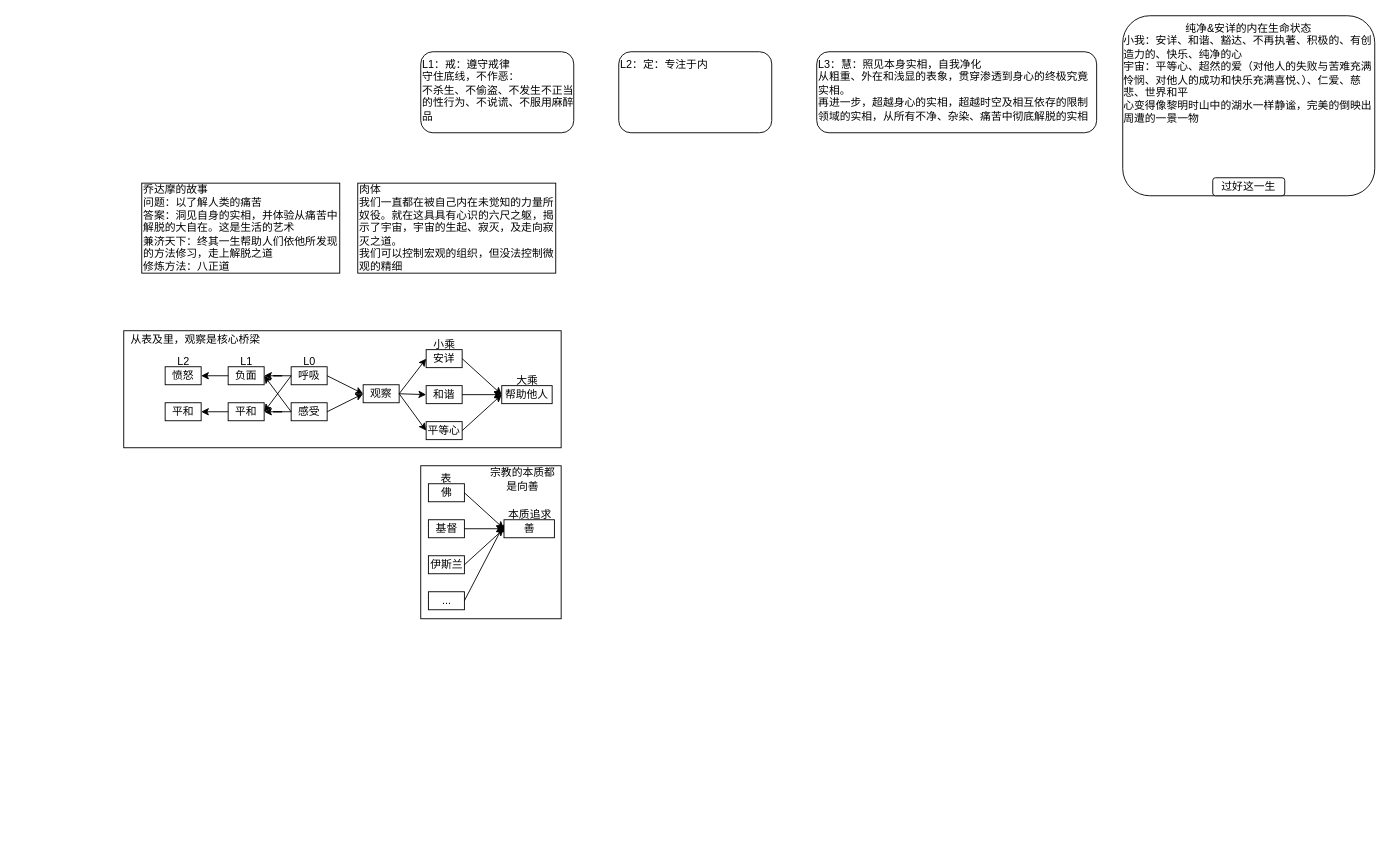
The draw.io diagram 未命名绘图.drawio in 2sky-git/drawio, before the edit. Source tidied: cells renumbered, new cells numbered last; positions are measured from the earlier drawing's top-left corner, leaving out a move shared by most shapes. Both pictures are drawn from the tidied source at 90%, with x=0, y=0 at pixel (123, 15).
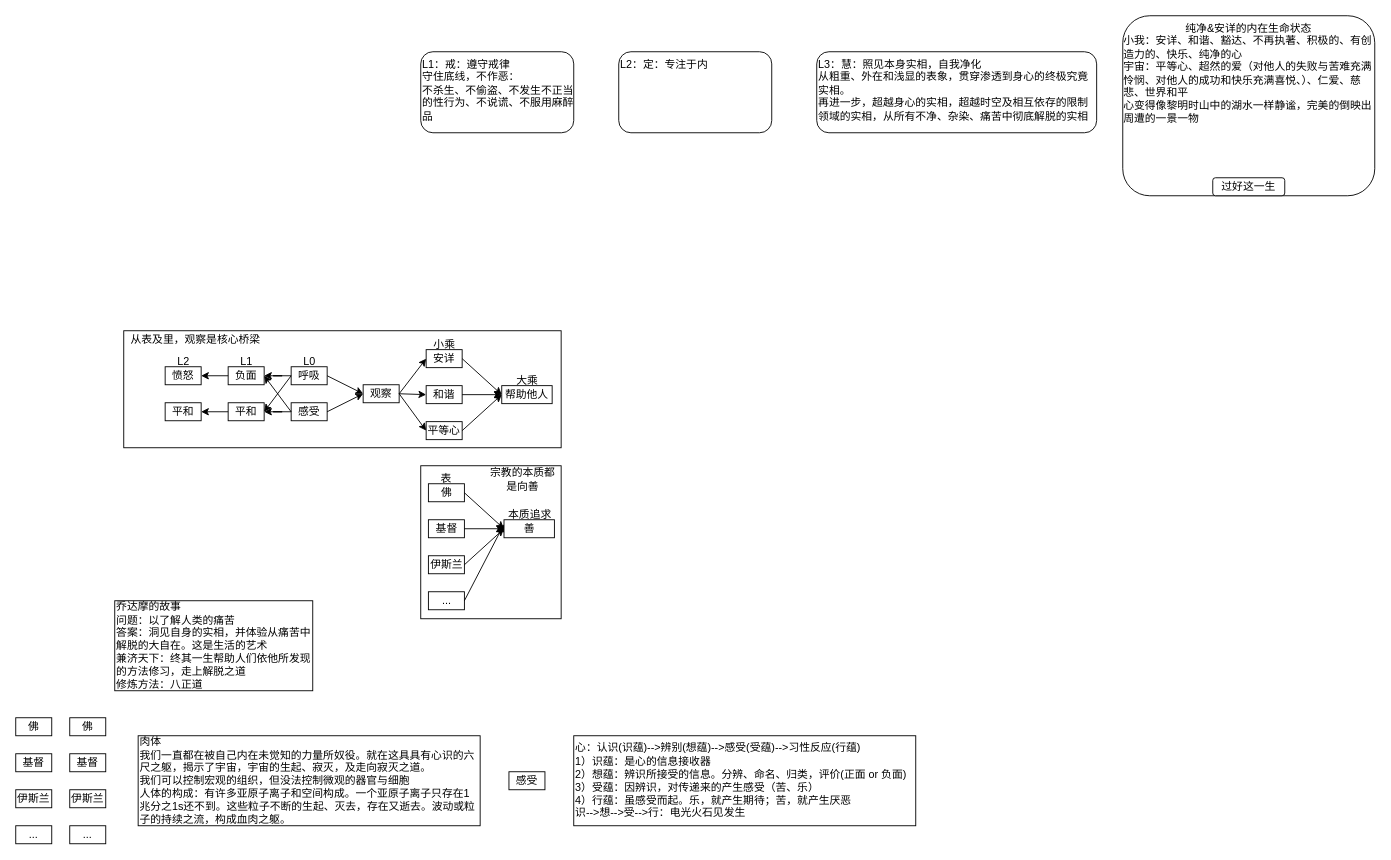
The same page after the edit.

Commit message:
更新第二章

Change to the diagram source:
```diff
@@
     <mxCell id="50" value="&lt;div&gt;乔达摩的故事&lt;/div&gt;&lt;div&gt;问题：以了解人类的痛苦&lt;/div&gt;&lt;div&gt;答案：洞见自身的实相，并体验从痛苦中解脱的大自在。这是生活的艺术&lt;/div&gt;&lt;div&gt;兼济天下：终其一生帮助人们依他所发现的方法修习，走上解脱之道&lt;/div&gt;&lt;div&gt;修炼方法：八正道&lt;/div&gt;" style="rounded=0;whiteSpace=wrap;html=1;align=left;" parent="1" vertex="1">
-      <mxGeometry x="20" y="186" width="220" height="100" as="geometry" />
+      <mxGeometry x="-10" y="650" width="220" height="100" as="geometry" />
     </mxCell>
-    <mxCell id="51" value="&lt;div&gt;肉体&lt;/div&gt;&lt;div&gt;我们一直都在被自己内在未觉知的力量所奴役。就在这具具有心识的六尺之躯，揭示了宇宙，宇宙的生起、寂灭，及走向寂灭之道。&lt;/div&gt;&lt;div&gt;我们可以控制宏观的组织，但没法控制微观的精细&lt;/div&gt;" style="rounded=0;whiteSpace=wrap;html=1;align=left;" parent="1" vertex="1">
-      <mxGeometry x="260" y="186" width="220" height="100" as="geometry" />
+    <mxCell id="51" value="&lt;div&gt;肉体&lt;/div&gt;&lt;div&gt;我们一直都在被自己内在未觉知的力量所奴役。就在这具具有心识的六尺之躯，揭示了宇宙，宇宙的生起、寂灭，及走向寂灭之道。&lt;/div&gt;&lt;div&gt;我们可以控制宏观的组织，但没法控制微观的器官与细胞&lt;/div&gt;&lt;div&gt;人体的构成：有许多亚原子离子和空间构成。一个亚原子离子只存在1兆分之1s还不到。这些粒子不断的生起、灭去，存在又逝去。&lt;span style=&quot;background-color: initial;&quot;&gt;波动或粒子的持续之流，构成血肉之躯。&lt;/span&gt;&lt;/div&gt;" style="rounded=0;whiteSpace=wrap;html=1;align=left;" parent="1" vertex="1">
+      <mxGeometry x="16" y="800" width="380" height="100" as="geometry" />
     </mxCell>
@@
+    <mxCell id="54" value="&lt;div&gt;心：认识(识蕴)&lt;span style=&quot;background-color: initial;&quot;&gt;--&amp;gt;辨别(想蕴)&lt;/span&gt;&lt;span style=&quot;background-color: initial;&quot;&gt;--&amp;gt;感受(受蕴)&lt;/span&gt;&lt;span style=&quot;background-color: initial;&quot;&gt;--&amp;gt;习性反应(行蕴)&lt;/span&gt;&lt;/div&gt;&lt;div&gt;&lt;span style=&quot;background-color: initial;&quot;&gt;1）识蕴：是心的信息接收器&lt;/span&gt;&lt;/div&gt;&lt;div&gt;&lt;span style=&quot;background-color: initial;&quot;&gt;2）想蕴：辨识所接受的信息。分辨、命名、归类，评价(正面 or 负面)&lt;/span&gt;&lt;/div&gt;&lt;div&gt;&lt;span style=&quot;background-color: initial;&quot;&gt;3）受蕴：因辨识，对传递来的产生感受（苦、乐）&lt;/span&gt;&lt;/div&gt;&lt;div&gt;&lt;span style=&quot;background-color: initial;&quot;&gt;4）行蕴：虽感受而起。乐，就产生期待；苦，就产生厌恶&lt;/span&gt;&lt;/div&gt;&lt;div&gt;&lt;span style=&quot;background-color: initial;&quot;&gt;识&lt;/span&gt;&lt;span style=&quot;background-color: initial;&quot;&gt;--&amp;gt;想&lt;/span&gt;&lt;span style=&quot;background-color: initial;&quot;&gt;--&amp;gt;受&lt;/span&gt;&lt;span style=&quot;background-color: initial;&quot;&gt;--&amp;gt;行：电光火石见发生&lt;/span&gt;&lt;/div&gt;" style="rounded=0;whiteSpace=wrap;html=1;align=left;" parent="1" vertex="1">
+      <mxGeometry x="500" y="800" width="380" height="100" as="geometry" />
+    </mxCell>
+    <mxCell id="55" value="佛" style="rounded=0;whiteSpace=wrap;html=1;" parent="1" vertex="1">
+      <mxGeometry x="-120" y="780" width="40" height="20" as="geometry" />
+    </mxCell>
+    <mxCell id="56" value="&lt;div&gt;基督&lt;/div&gt;" style="rounded=0;whiteSpace=wrap;html=1;" parent="1" vertex="1">
+      <mxGeometry x="-120" y="820" width="40" height="20" as="geometry" />
+    </mxCell>
+    <mxCell id="57" value="&lt;div&gt;伊斯兰&lt;/div&gt;" style="rounded=0;whiteSpace=wrap;html=1;" parent="1" vertex="1">
+      <mxGeometry x="-120" y="860" width="40" height="20" as="geometry" />
+    </mxCell>
+    <mxCell id="58" value="&lt;div&gt;...&lt;/div&gt;" style="rounded=0;whiteSpace=wrap;html=1;" parent="1" vertex="1">
+      <mxGeometry x="-120" y="900" width="40" height="20" as="geometry" />
+    </mxCell>
+    <mxCell id="59" value="佛" style="rounded=0;whiteSpace=wrap;html=1;" parent="1" vertex="1">
+      <mxGeometry x="-60" y="780" width="40" height="20" as="geometry" />
+    </mxCell>
+    <mxCell id="60" value="&lt;div&gt;基督&lt;/div&gt;" style="rounded=0;whiteSpace=wrap;html=1;" parent="1" vertex="1">
+      <mxGeometry x="-60" y="820" width="40" height="20" as="geometry" />
+    </mxCell>
+    <mxCell id="61" value="&lt;div&gt;伊斯兰&lt;/div&gt;" style="rounded=0;whiteSpace=wrap;html=1;" parent="1" vertex="1">
+      <mxGeometry x="-60" y="860" width="40" height="20" as="geometry" />
+    </mxCell>
+    <mxCell id="62" value="&lt;div&gt;...&lt;/div&gt;" style="rounded=0;whiteSpace=wrap;html=1;" parent="1" vertex="1">
+      <mxGeometry x="-60" y="900" width="40" height="20" as="geometry" />
+    </mxCell>
+    <mxCell id="63" value="&lt;div&gt;感受&lt;/div&gt;" style="rounded=0;whiteSpace=wrap;html=1;" parent="1" vertex="1">
+      <mxGeometry x="428" y="840" width="40" height="20" as="geometry" />
+    </mxCell>
```
